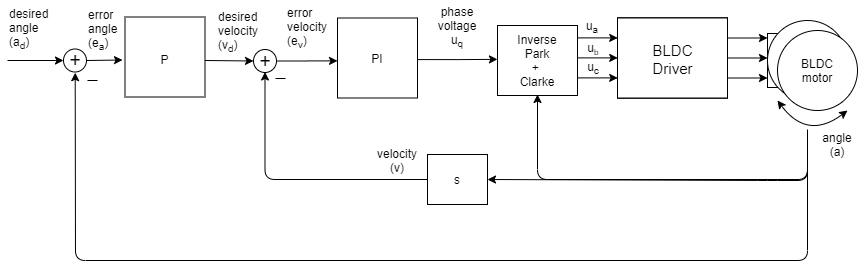
Earlier version of the draw.io export extras/Images/angle_loop.png (simplefoc/Arduino-FOC). Source tidied: cells renumbered, new cells last; positions are measured from the earlier drawing's top-left corner, leaving out a move shared by most shapes. The source it was exported from:
```xml
<mxGraphModel>
  <root>
    <mxCell id="0" />
    <mxCell id="1" parent="0" />
    <mxCell id="2" style="rounded=0;whiteSpace=wrap;html=1;strokeColor=#000000;" parent="1" vertex="1">
      <mxGeometry x="760" y="33" width="20" height="54" as="geometry" />
    </mxCell>
    <mxCell id="3" value="Park transform" style="rounded=0;whiteSpace=wrap;html=1;" parent="1" vertex="1">
      <mxGeometry x="490" y="25" width="80" height="70" as="geometry" />
    </mxCell>
    <mxCell id="4" style="edgeStyle=orthogonalEdgeStyle;jettySize=auto;html=1;exitX=1;exitY=0.25;exitDx=0;exitDy=0;rounded=1;" parent="1" edge="1" source="7">
      <mxGeometry relative="1" as="geometry">
        <mxPoint x="760" y="37.5" as="targetPoint" />
      </mxGeometry>
    </mxCell>
    <mxCell id="5" style="edgeStyle=orthogonalEdgeStyle;rounded=1;jettySize=auto;html=1;exitX=1;exitY=0.5;exitDx=0;exitDy=0;" parent="1" edge="1" source="7">
      <mxGeometry relative="1" as="geometry">
        <mxPoint x="760" y="57.5" as="targetPoint" />
      </mxGeometry>
    </mxCell>
    <mxCell id="6" style="edgeStyle=orthogonalEdgeStyle;rounded=1;jettySize=auto;html=1;exitX=1;exitY=0.75;exitDx=0;exitDy=0;" parent="1" edge="1" source="7">
      <mxGeometry relative="1" as="geometry">
        <mxPoint x="760" y="77.5" as="targetPoint" />
      </mxGeometry>
    </mxCell>
    <mxCell id="7" style="rounded=0;whiteSpace=wrap;html=1;" parent="1" vertex="1">
      <mxGeometry x="610" y="17.5" width="110" height="80" as="geometry" />
    </mxCell>
    <mxCell id="8" value="HMBGC" style="text;html=1;strokeColor=none;fillColor=none;align=center;verticalAlign=middle;whiteSpace=wrap;rounded=0;" parent="1" vertex="1">
      <mxGeometry x="625" y="40" width="80" height="35" as="geometry" />
    </mxCell>
    <mxCell id="9" style="ellipse;whiteSpace=wrap;html=1;" parent="1" vertex="1">
      <mxGeometry x="760" y="20" width="80" height="80" as="geometry" />
    </mxCell>
    <mxCell id="10" value="M" style="text;html=1;strokeColor=none;fillColor=none;align=center;verticalAlign=middle;whiteSpace=wrap;rounded=0;" parent="1" vertex="1">
      <mxGeometry x="790" y="37.5" width="40" height="20" as="geometry" />
    </mxCell>
    <mxCell id="11" style="ellipse;whiteSpace=wrap;html=1;strokeColor=#000000;" parent="1" vertex="1">
      <mxGeometry x="770" y="30" width="80" height="80" as="geometry" />
    </mxCell>
    <mxCell id="12" style="endArrow=classic;startArrow=classic;html=1;curved=1;" parent="1" edge="1">
      <mxGeometry relative="1" as="geometry">
        <mxPoint x="770" y="100" as="sourcePoint" />
        <mxPoint x="840" y="110" as="targetPoint" />
        <Array as="points">
          <mxPoint x="800" y="140" />
        </Array>
      </mxGeometry>
    </mxCell>
    <mxCell id="13" value="BLDC motor" style="text;html=1;strokeColor=none;fillColor=none;align=center;verticalAlign=middle;whiteSpace=wrap;rounded=0;" parent="1" vertex="1">
      <mxGeometry x="790" y="52.5" width="40" height="35" as="geometry" />
    </mxCell>
    <mxCell id="14" style="edgeStyle=orthogonalEdgeStyle;orthogonalLoop=1;jettySize=auto;html=1;exitX=1;exitY=0.25;exitDx=0;exitDy=0;rounded=1;" parent="1" edge="1">
      <mxGeometry relative="1" as="geometry">
        <mxPoint x="570.2" y="37.4" as="sourcePoint" />
        <mxPoint x="610.2" y="37.4" as="targetPoint" />
      </mxGeometry>
    </mxCell>
    <mxCell id="15" style="edgeStyle=orthogonalEdgeStyle;rounded=1;orthogonalLoop=1;jettySize=auto;html=1;exitX=1;exitY=0.5;exitDx=0;exitDy=0;" parent="1" edge="1">
      <mxGeometry relative="1" as="geometry">
        <mxPoint x="570.2" y="57.4" as="sourcePoint" />
        <mxPoint x="610.2" y="57.4" as="targetPoint" />
      </mxGeometry>
    </mxCell>
    <mxCell id="16" style="edgeStyle=orthogonalEdgeStyle;rounded=1;orthogonalLoop=1;jettySize=auto;html=1;exitX=1;exitY=0.75;exitDx=0;exitDy=0;" parent="1" edge="1">
      <mxGeometry relative="1" as="geometry">
        <mxPoint x="570.2" y="77.4" as="sourcePoint" />
        <mxPoint x="610.2" y="77.4" as="targetPoint" />
      </mxGeometry>
    </mxCell>
    <mxCell id="17" style="edgeStyle=orthogonalEdgeStyle;rounded=0;jettySize=auto;html=1;exitX=1;exitY=0.5;exitDx=0;exitDy=0;entryX=0;entryY=0.583;entryDx=0;entryDy=0;entryPerimeter=0;" parent="1" edge="1" source="18" target="21">
      <mxGeometry relative="1" as="geometry" />
    </mxCell>
    <mxCell id="18" style="ellipse;whiteSpace=wrap;html=1;strokeColor=#000000;" parent="1" vertex="1">
      <mxGeometry x="246" y="49" width="23" height="23" as="geometry" />
    </mxCell>
    <mxCell id="19" style="group;" parent="1" vertex="1">
      <mxGeometry x="330" y="17.5" width="80" height="80" as="geometry" />
    </mxCell>
    <mxCell id="20" style="whiteSpace=wrap;html=1;strokeColor=#000000;" parent="19" vertex="1">
      <mxGeometry width="80" height="80" as="geometry" />
    </mxCell>
    <mxCell id="21" value="PI" style="text;html=1;strokeColor=none;fillColor=none;align=center;verticalAlign=middle;whiteSpace=wrap;rounded=0;" parent="19" vertex="1">
      <mxGeometry y="22.5" width="80" height="35" as="geometry" />
    </mxCell>
    <mxCell id="22" style="group;" parent="1" vertex="1">
      <mxGeometry x="117.5" y="16.5" width="80" height="82.5" as="geometry" />
    </mxCell>
    <mxCell id="23" style="whiteSpace=wrap;html=1;strokeColor=#000000;" parent="22" vertex="1">
      <mxGeometry width="80" height="80" as="geometry" />
    </mxCell>
    <mxCell id="24" value="P" style="text;html=1;strokeColor=none;fillColor=none;align=center;verticalAlign=middle;whiteSpace=wrap;rounded=0;direction=south;" parent="22" vertex="1">
      <mxGeometry x="22.5" y="2.5" width="35" height="80" as="geometry" />
    </mxCell>
    <mxCell id="25" style="ellipse;whiteSpace=wrap;html=1;strokeColor=#000000;" parent="1" vertex="1">
      <mxGeometry x="56" y="48.5" width="23" height="23" as="geometry" />
    </mxCell>
    <mxCell id="26" style="endArrow=classic;html=1;exitX=1;exitY=0.5;exitDx=0;exitDy=0;" parent="1" edge="1" source="25">
      <mxGeometry relative="1" as="geometry">
        <mxPoint x="115" y="59.5" as="targetPoint" />
      </mxGeometry>
    </mxCell>
    <mxCell id="27" style="endArrow=classic;html=1;entryX=0;entryY=0.5;entryDx=0;entryDy=0;" parent="1" edge="1" target="18">
      <mxGeometry relative="1" as="geometry">
        <mxPoint x="197.5" y="60" as="sourcePoint" />
      </mxGeometry>
    </mxCell>
    <mxCell id="28" style="edgeStyle=orthogonalEdgeStyle;rounded=0;orthogonalLoop=1;jettySize=auto;html=1;exitX=1;exitY=0.5;exitDx=0;exitDy=0;entryX=0;entryY=0.463;entryDx=0;entryDy=0;entryPerimeter=0;" parent="1" edge="1">
      <mxGeometry relative="1" as="geometry">
        <mxPoint x="409.9" y="59.1" as="sourcePoint" />
        <mxPoint x="489.9" y="58.8" as="targetPoint" />
        <Array as="points">
          <mxPoint x="450" y="59" />
        </Array>
      </mxGeometry>
    </mxCell>
    <mxCell id="29" style="endArrow=classic;html=1;entryX=0.51;entryY=1.1;entryDx=0;entryDy=0;entryPerimeter=0;" parent="1" edge="1" target="33">
      <mxGeometry relative="1" as="geometry">
        <mxPoint x="800" y="130" as="sourcePoint" />
        <Array as="points">
          <mxPoint x="800" y="260" />
          <mxPoint x="68" y="260" />
        </Array>
      </mxGeometry>
    </mxCell>
    <mxCell id="30" style="endArrow=classic;html=1;entryX=0;entryY=0.5;entryDx=0;entryDy=0;" parent="1" edge="1" target="25">
      <mxGeometry relative="1" as="geometry">
        <mxPoint y="60" as="sourcePoint" />
      </mxGeometry>
    </mxCell>
    <mxCell id="31" style="endArrow=none;html=1;" parent="1" edge="1">
      <mxGeometry relative="1" as="geometry">
        <mxPoint x="80" y="80" as="sourcePoint" />
        <mxPoint x="90" y="80" as="targetPoint" />
        <Array as="points">
          <mxPoint x="80" y="80" />
        </Array>
      </mxGeometry>
    </mxCell>
    <mxCell id="32" style="endArrow=none;html=1;" parent="1" edge="1">
      <mxGeometry relative="1" as="geometry">
        <mxPoint x="268" y="78" as="sourcePoint" />
        <mxPoint x="278" y="78" as="targetPoint" />
      </mxGeometry>
    </mxCell>
    <mxCell id="33" value="&lt;font style=&quot;font-size: 20px&quot;&gt;+&lt;/font&gt;" style="text;html=1;strokeColor=none;fillColor=none;align=center;verticalAlign=middle;whiteSpace=wrap;rounded=0;" parent="1" vertex="1">
      <mxGeometry x="57.5" y="48" width="20" height="22" as="geometry" />
    </mxCell>
    <mxCell id="34" value="&lt;font style=&quot;font-size: 20px&quot;&gt;+&lt;/font&gt;" style="text;html=1;strokeColor=none;fillColor=none;align=center;verticalAlign=middle;whiteSpace=wrap;rounded=0;" parent="1" vertex="1">
      <mxGeometry x="248.5" y="47.5" width="18" height="24" as="geometry" />
    </mxCell>
    <mxCell id="35" style="edgeStyle=orthogonalEdgeStyle;rounded=1;jettySize=auto;html=1;exitX=0;exitY=0.5;exitDx=0;exitDy=0;entryX=0.5;entryY=1;entryDx=0;entryDy=0;" parent="1" edge="1" source="36" target="34">
      <mxGeometry relative="1" as="geometry" />
    </mxCell>
    <mxCell id="36" value="s" style="rounded=0;whiteSpace=wrap;html=1;strokeColor=#000000;" parent="1" vertex="1">
      <mxGeometry x="420" y="154" width="60" height="50" as="geometry" />
    </mxCell>
    <mxCell id="37" style="endArrow=classic;html=1;entryX=1;entryY=0.5;entryDx=0;entryDy=0;" parent="1" edge="1" target="36">
      <mxGeometry relative="1" as="geometry">
        <mxPoint x="800" y="140" as="sourcePoint" />
        <Array as="points">
          <mxPoint x="800" y="180" />
          <mxPoint x="760" y="180" />
        </Array>
      </mxGeometry>
    </mxCell>
    <mxCell id="38" value="angle (a)" style="text;html=1;strokeColor=none;fillColor=none;align=center;verticalAlign=middle;whiteSpace=wrap;rounded=0;" parent="1" vertex="1">
      <mxGeometry x="810" y="134" width="40" height="20" as="geometry" />
    </mxCell>
    <mxCell id="39" value="&lt;span style=&quot;text-align: center ; white-space: normal&quot;&gt;error&lt;br&gt;angle&amp;nbsp;&lt;br&gt;(e&lt;sub&gt;a&lt;/sub&gt;)&lt;/span&gt;" style="text;html=1;align=left;verticalAlign=top;spacingTop=-4;" parent="1" vertex="1">
      <mxGeometry x="79" y="5" width="50" height="50" as="geometry" />
    </mxCell>
    <mxCell id="40" value="velocity (v)" style="text;html=1;strokeColor=none;fillColor=none;align=center;verticalAlign=middle;whiteSpace=wrap;rounded=0;" parent="1" vertex="1">
      <mxGeometry x="370" y="150" width="40" height="20" as="geometry" />
    </mxCell>
    <mxCell id="41" value="&lt;span style=&quot;text-align: center ; white-space: normal&quot;&gt;error&lt;br&gt;velocity&amp;nbsp;&lt;br&gt;(e&lt;sub&gt;v&lt;/sub&gt;)&lt;/span&gt;" style="text;html=1;align=left;verticalAlign=top;spacingTop=-4;" parent="1" vertex="1">
      <mxGeometry x="277.5" y="2.5" width="60" height="50" as="geometry" />
    </mxCell>
    <mxCell id="42" value="phase voltage u&lt;sub&gt;q&lt;/sub&gt;" style="text;html=1;strokeColor=none;fillColor=none;align=center;verticalAlign=middle;whiteSpace=wrap;rounded=0;" parent="1" vertex="1">
      <mxGeometry x="430" y="16.5" width="40" height="20" as="geometry" />
    </mxCell>
    <mxCell id="43" value="u&lt;sub&gt;a&lt;/sub&gt;" style="text;html=1;strokeColor=none;fillColor=none;align=center;verticalAlign=middle;whiteSpace=wrap;rounded=0;" parent="1" vertex="1">
      <mxGeometry x="570" y="16.5" width="30" height="20" as="geometry" />
    </mxCell>
    <mxCell id="44" value="u&lt;sub&gt;c&lt;/sub&gt;" style="text;html=1;strokeColor=none;fillColor=none;align=center;verticalAlign=middle;whiteSpace=wrap;rounded=0;" parent="1" vertex="1">
      <mxGeometry x="571" y="57.5" width="30" height="20" as="geometry" />
    </mxCell>
    <mxCell id="45" value="u&lt;span style=&quot;font-size: 10px&quot;&gt;&lt;sub&gt;b&lt;/sub&gt;&lt;/span&gt;" style="text;html=1;strokeColor=none;fillColor=none;align=center;verticalAlign=middle;whiteSpace=wrap;rounded=0;" parent="1" vertex="1">
      <mxGeometry x="571" y="38" width="30" height="20" as="geometry" />
    </mxCell>
    <mxCell id="46" value="desired&lt;br&gt;angle&lt;br&gt;(a&lt;sub&gt;d&lt;/sub&gt;)" style="text;html=1;" parent="1" vertex="1">
      <mxGeometry width="40" height="70" as="geometry" />
    </mxCell>
    <mxCell id="47" value="&lt;span style=&quot;text-align: center ; white-space: normal&quot;&gt;desired&lt;br&gt;velocity&lt;br&gt;(v&lt;/span&gt;&lt;sub style=&quot;text-align: center ; white-space: normal&quot;&gt;d&lt;/sub&gt;&lt;span style=&quot;text-align: center ; white-space: normal&quot;&gt;)&lt;/span&gt;" style="text;html=1;" parent="1" vertex="1">
      <mxGeometry x="208.5" y="2.5" width="40" height="70" as="geometry" />
    </mxCell>
    <mxCell id="48" style="endArrow=classic;html=1;entryX=0.5;entryY=1;entryDx=0;entryDy=0;" parent="1" edge="1">
      <mxGeometry relative="1" as="geometry">
        <mxPoint x="800" y="129" as="sourcePoint" />
        <mxPoint x="530" y="94" as="targetPoint" />
        <Array as="points">
          <mxPoint x="800" y="179" />
          <mxPoint x="530" y="179" />
        </Array>
      </mxGeometry>
    </mxCell>
    <mxCell id="49" value="Inverse&lt;br&gt;Park&lt;br&gt;+&amp;nbsp;&lt;br&gt;Clarke" style="rounded=0;whiteSpace=wrap;html=1;" parent="1" vertex="1">
      <mxGeometry x="490" y="25" width="80" height="70" as="geometry" />
    </mxCell>
    <mxCell id="50" style="rounded=0;whiteSpace=wrap;html=1;" parent="1" vertex="1">
      <mxGeometry x="610" y="17.5" width="110" height="80" as="geometry" />
    </mxCell>
    <mxCell id="51" value="HMBGC" style="text;html=1;strokeColor=none;fillColor=none;align=center;verticalAlign=middle;whiteSpace=wrap;rounded=0;" parent="1" vertex="1">
      <mxGeometry x="625" y="40" width="80" height="35" as="geometry" />
    </mxCell>
    <mxCell id="52" style="rounded=0;whiteSpace=wrap;html=1;" parent="1" vertex="1">
      <mxGeometry x="610" y="17.5" width="110" height="80" as="geometry" />
    </mxCell>
    <mxCell id="53" value="&lt;font style=&quot;font-size: 15px&quot;&gt;BLDC Driver&lt;/font&gt;" style="text;html=1;strokeColor=none;fillColor=none;align=center;verticalAlign=middle;whiteSpace=wrap;rounded=0;" parent="1" vertex="1">
      <mxGeometry x="637.5" y="40" width="55" height="37.5" as="geometry" />
    </mxCell>
  </root>
</mxGraphModel>
```
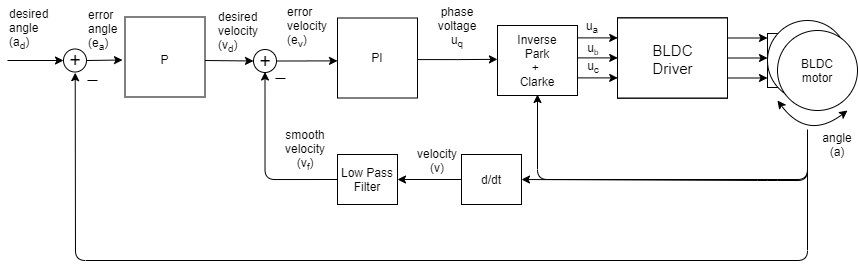
The same file after the commit.

The edit, as a diff of the source:
```diff
@@ -149,11 +149,11 @@
     <mxCell id="34" value="&lt;font style=&quot;font-size: 20px&quot;&gt;+&lt;/font&gt;" style="text;html=1;strokeColor=none;fillColor=none;align=center;verticalAlign=middle;whiteSpace=wrap;rounded=0;" parent="1" vertex="1">
       <mxGeometry x="248.5" y="47.5" width="18" height="24" as="geometry" />
     </mxCell>
-    <mxCell id="35" style="edgeStyle=orthogonalEdgeStyle;rounded=1;jettySize=auto;html=1;exitX=0;exitY=0.5;exitDx=0;exitDy=0;entryX=0.5;entryY=1;entryDx=0;entryDy=0;" parent="1" edge="1" source="36" target="34">
+    <mxCell id="35" style="edgeStyle=orthogonalEdgeStyle;rounded=1;jettySize=auto;html=1;exitX=0;exitY=0.5;exitDx=0;exitDy=0;entryX=0.5;entryY=1;entryDx=0;entryDy=0;" parent="1" edge="1" source="55" target="34">
       <mxGeometry relative="1" as="geometry" />
     </mxCell>
-    <mxCell id="36" value="s" style="rounded=0;whiteSpace=wrap;html=1;strokeColor=#000000;" parent="1" vertex="1">
-      <mxGeometry x="420" y="154" width="60" height="50" as="geometry" />
+    <mxCell id="36" value="d/dt" style="rounded=0;whiteSpace=wrap;html=1;strokeColor=#000000;" parent="1" vertex="1">
+      <mxGeometry x="454" y="154" width="60" height="50" as="geometry" />
     </mxCell>
     <mxCell id="37" style="endArrow=classic;html=1;entryX=1;entryY=0.5;entryDx=0;entryDy=0;" parent="1" edge="1" target="36">
       <mxGeometry relative="1" as="geometry">
@@ -170,9 +170,6 @@
     <mxCell id="39" value="&lt;span style=&quot;text-align: center ; white-space: normal&quot;&gt;error&lt;br&gt;angle&amp;nbsp;&lt;br&gt;(e&lt;sub&gt;a&lt;/sub&gt;)&lt;/span&gt;" style="text;html=1;align=left;verticalAlign=top;spacingTop=-4;" parent="1" vertex="1">
       <mxGeometry x="79" y="5" width="50" height="50" as="geometry" />
     </mxCell>
-    <mxCell id="40" value="velocity (v)" style="text;html=1;strokeColor=none;fillColor=none;align=center;verticalAlign=middle;whiteSpace=wrap;rounded=0;" parent="1" vertex="1">
-      <mxGeometry x="370" y="150" width="40" height="20" as="geometry" />
-    </mxCell>
     <mxCell id="41" value="&lt;span style=&quot;text-align: center ; white-space: normal&quot;&gt;error&lt;br&gt;velocity&amp;nbsp;&lt;br&gt;(e&lt;sub&gt;v&lt;/sub&gt;)&lt;/span&gt;" style="text;html=1;align=left;verticalAlign=top;spacingTop=-4;" parent="1" vertex="1">
       <mxGeometry x="277.5" y="2.5" width="60" height="50" as="geometry" />
     </mxCell>
@@ -219,5 +216,17 @@
     <mxCell id="53" value="&lt;font style=&quot;font-size: 15px&quot;&gt;BLDC Driver&lt;/font&gt;" style="text;html=1;strokeColor=none;fillColor=none;align=center;verticalAlign=middle;whiteSpace=wrap;rounded=0;" parent="1" vertex="1">
       <mxGeometry x="637.5" y="40" width="55" height="37.5" as="geometry" />
     </mxCell>
+    <mxCell id="40" value="velocity (v)" style="text;html=1;strokeColor=none;fillColor=none;align=center;verticalAlign=middle;whiteSpace=wrap;rounded=0;" parent="1" vertex="1">
+      <mxGeometry x="410" y="150" width="40" height="20" as="geometry" />
+    </mxCell>
+    <mxCell id="54" style="endArrow=classic;html=1;entryX=1;entryY=0.5;entryDx=0;entryDy=0;exitX=0;exitY=0.5;exitDx=0;exitDy=0;" parent="1" edge="1" source="36" target="55">
+      <mxGeometry relative="1" as="geometry" />
+    </mxCell>
+    <mxCell id="55" value="Low Pass&lt;br&gt;Filter" style="rounded=0;whiteSpace=wrap;html=1;strokeColor=#000000;" parent="1" vertex="1">
+      <mxGeometry x="330" y="154" width="60" height="50" as="geometry" />
+    </mxCell>
+    <mxCell id="56" value="smooth&lt;br&gt;velocity (v&lt;sub&gt;f&lt;/sub&gt;)" style="text;html=1;strokeColor=none;fillColor=none;align=center;verticalAlign=middle;whiteSpace=wrap;rounded=0;" parent="1" vertex="1">
+      <mxGeometry x="277.5" y="140" width="40" height="20" as="geometry" />
+    </mxCell>
   </root>
 </mxGraphModel>
```
